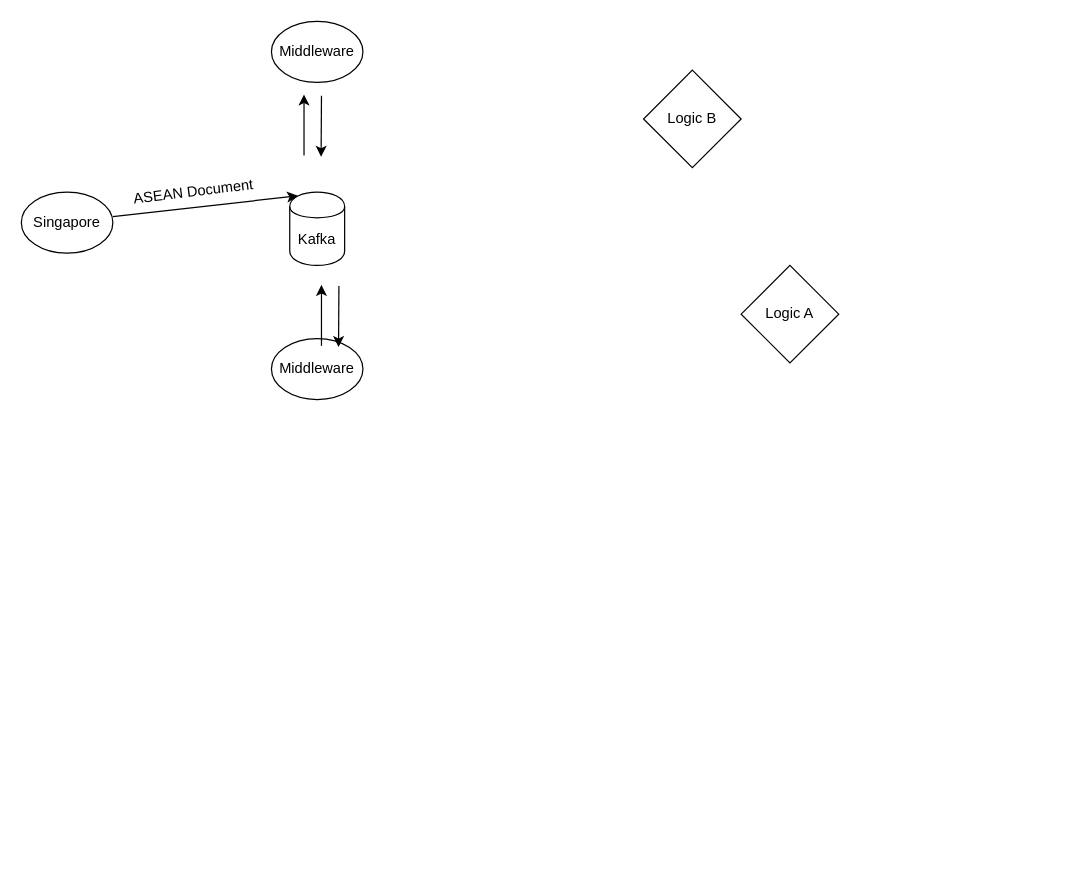
nedijahij/springboot-kafka-example keeps this draw.io diagram as Untitled Diagram.drawio. Above is the earlier version. Source tidied: cells renumbered, new cells numbered last; positions are measured from the earlier drawing's top-left corner, leaving out a move shared by most shapes. Both pictures are drawn from the tidied source at 122%, with x=0, y=0 at pixel (21, 21).
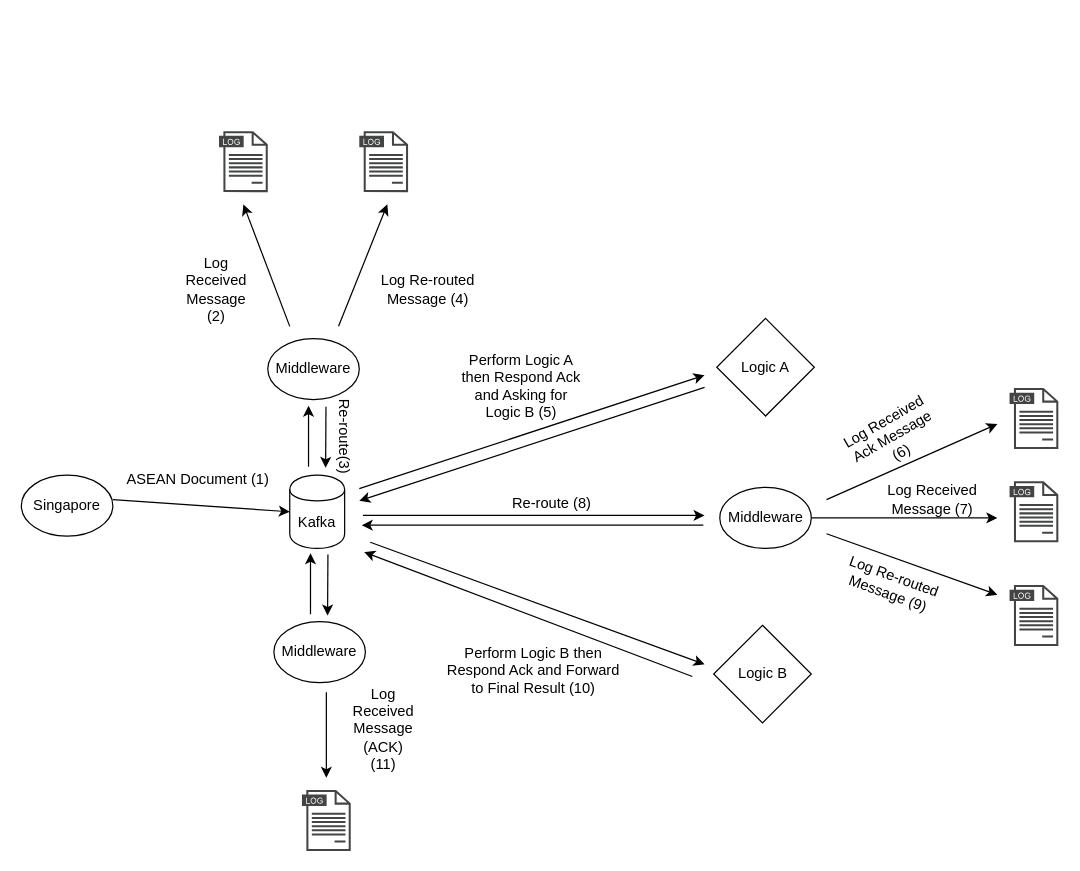
The same diagram, later.

What changed in the source:
```diff
@@
     <mxCell id="2" value="Singapore" style="ellipse;whiteSpace=wrap;html=1;" parent="1" vertex="1">
-      <mxGeometry y="140" width="75" height="50" as="geometry" />
+      <mxGeometry y="372" width="75" height="50" as="geometry" />
     </mxCell>
     <mxCell id="3" value="Kafka" style="shape=cylinder;whiteSpace=wrap;html=1;boundedLbl=1;backgroundOutline=1;" parent="1" vertex="1">
-      <mxGeometry x="220" y="140" width="45" height="60" as="geometry" />
+      <mxGeometry x="220" y="372" width="45" height="60" as="geometry" />
     </mxCell>
     <mxCell id="4" value="&lt;div&gt;Middleware&lt;/div&gt;" style="ellipse;whiteSpace=wrap;html=1;" parent="1" vertex="1">
-      <mxGeometry x="205" width="75" height="50" as="geometry" />
+      <mxGeometry x="202" y="260" width="75" height="50" as="geometry" />
     </mxCell>
     <mxCell id="5" style="group;" parent="1" vertex="1">
-      <mxGeometry x="75" y="160" as="geometry" />
+      <mxGeometry x="75" y="392" as="geometry" />
     </mxCell>
-    <mxCell id="6" style="endArrow=classic;html=1;entryX=0.15;entryY=0.05;entryDx=0;entryDy=0;entryPerimeter=0;" parent="5" edge="1" target="3">
+    <mxCell id="6" style="endArrow=classic;html=1;entryX=0;entryY=0.5;entryDx=0;entryDy=0;" parent="5" edge="1" target="3">
       <mxGeometry relative="1" as="geometry">
         <mxPoint as="sourcePoint" />
       </mxGeometry>
     </mxCell>
-    <mxCell id="7" value="&lt;div&gt;ASEAN Document&lt;/div&gt;" style="text;html=1;align=center;verticalAlign=middle;labelBackgroundColor=#ffffff;rotation=353;" parent="6" vertex="1">
-      <mxGeometry x="-0.76" y="2" relative="1" as="geometry">
-        <mxPoint x="47.3" y="-16" as="offset" />
-      </mxGeometry>
-    </mxCell>
-    <mxCell id="8" value="&lt;div&gt;Logic A&lt;/div&gt;" style="rhombus;whiteSpace=wrap;html=1;" parent="1" vertex="1">
-      <mxGeometry x="590" y="200" width="80" height="80" as="geometry" />
+    <mxCell id="8" value="&lt;div&gt;Logic B&lt;br&gt;&lt;/div&gt;" style="rhombus;whiteSpace=wrap;html=1;" parent="1" vertex="1">
+      <mxGeometry x="567.5" y="495" width="80" height="80" as="geometry" />
     </mxCell>
-    <mxCell id="9" value="&lt;div&gt;Logic B&lt;/div&gt;" style="rhombus;whiteSpace=wrap;html=1;" parent="1" vertex="1">
-      <mxGeometry x="510" y="40" width="80" height="80" as="geometry" />
+    <mxCell id="9" value="&lt;div&gt;Logic A&lt;br&gt;&lt;/div&gt;" style="rhombus;whiteSpace=wrap;html=1;" parent="1" vertex="1">
+      <mxGeometry x="570" y="243.5" width="80" height="80" as="geometry" />
     </mxCell>
     <mxCell id="10" value="&lt;div&gt;Middleware&lt;/div&gt;" style="ellipse;whiteSpace=wrap;html=1;" parent="1" vertex="1">
-      <mxGeometry x="205" y="260" width="75" height="50" as="geometry" />
+      <mxGeometry x="207" y="492" width="75" height="50" as="geometry" />
     </mxCell>
-    <mxCell id="11" style="group;" parent="1" vertex="1">
-      <mxGeometry x="231.7" y="60" width="14.3" height="51" as="geometry" />
-    </mxCell>
-    <mxCell id="12" style="endArrow=classic;html=1;" parent="11" edge="1">
-      <mxGeometry relative="1" as="geometry">
-        <mxPoint y="50" as="sourcePoint" />
-        <mxPoint as="targetPoint" />
-      </mxGeometry>
-    </mxCell>
-    <mxCell id="13" style="endArrow=classic;html=1;" parent="11" edge="1">
-      <mxGeometry relative="1" as="geometry">
-        <mxPoint x="14.3" y="1" as="sourcePoint" />
-        <mxPoint x="14" y="51" as="targetPoint" />
-      </mxGeometry>
-    </mxCell>
     <mxCell id="14" style="group;" parent="1" vertex="1">
-      <mxGeometry x="246" y="216" width="14.3" height="51" as="geometry" />
+      <mxGeometry x="237" y="436" width="14.3" height="51" as="geometry" />
     </mxCell>
@@
+    <mxCell id="17" style="group;" parent="1" vertex="1">
+      <mxGeometry x="235.4" y="315" width="14.3" height="51" as="geometry" />
+    </mxCell>
+    <mxCell id="18" style="group;" parent="17" vertex="1">
+      <mxGeometry width="14.3" height="51" as="geometry" />
+    </mxCell>
+    <mxCell id="19" style="endArrow=classic;html=1;" parent="18" edge="1">
+      <mxGeometry relative="1" as="geometry">
+        <mxPoint y="50" as="sourcePoint" />
+        <mxPoint as="targetPoint" />
+      </mxGeometry>
+    </mxCell>
+    <mxCell id="20" style="endArrow=classic;html=1;" parent="18" edge="1">
+      <mxGeometry relative="1" as="geometry">
+        <mxPoint x="14.3" y="1" as="sourcePoint" />
+        <mxPoint x="14" y="51" as="targetPoint" />
+      </mxGeometry>
+    </mxCell>
+    <mxCell id="21" value="&lt;div&gt;ASEAN Document (1)&lt;/div&gt;" style="text;html=1;strokeColor=none;fillColor=none;align=center;verticalAlign=middle;whiteSpace=wrap;rounded=0;" parent="1" vertex="1">
+      <mxGeometry x="80" y="366" width="130" height="20" as="geometry" />
+    </mxCell>
+    <mxCell id="22" value="Re-route(3)" style="text;html=1;strokeColor=none;fillColor=none;align=center;verticalAlign=middle;whiteSpace=wrap;rounded=0;rotation=90;" parent="1" vertex="1">
+      <mxGeometry x="230" y="330.5" width="70" height="20" as="geometry" />
+    </mxCell>
+    <mxCell id="23" style="shadow=0;dashed=0;html=1;strokeColor=none;fillColor=#434445;labelPosition=center;verticalLabelPosition=bottom;verticalAlign=top;align=center;shape=mxgraph.vvd.log_files;" parent="1" vertex="1">
+      <mxGeometry x="162" y="90" width="40" height="50" as="geometry" />
+    </mxCell>
+    <mxCell id="24" style="shadow=0;dashed=0;html=1;strokeColor=none;fillColor=#434445;labelPosition=center;verticalLabelPosition=bottom;verticalAlign=top;align=center;shape=mxgraph.vvd.log_files;" parent="1" vertex="1">
+      <mxGeometry x="277" y="90" width="40" height="50" as="geometry" />
+    </mxCell>
+    <mxCell id="25" style="endArrow=classic;html=1;" parent="1" edge="1">
+      <mxGeometry relative="1" as="geometry">
+        <mxPoint x="220" y="250" as="sourcePoint" />
+        <mxPoint x="182" y="150" as="targetPoint" />
+      </mxGeometry>
+    </mxCell>
+    <mxCell id="26" style="endArrow=classic;html=1;" parent="1" edge="1">
+      <mxGeometry relative="1" as="geometry">
+        <mxPoint x="260" y="250" as="sourcePoint" />
+        <mxPoint x="300" y="150" as="targetPoint" />
+      </mxGeometry>
+    </mxCell>
+    <mxCell id="27" style="endArrow=classic;html=1;" parent="1" edge="1">
+      <mxGeometry relative="1" as="geometry">
+        <mxPoint x="286" y="427" as="sourcePoint" />
+        <mxPoint x="560" y="527" as="targetPoint" />
+      </mxGeometry>
+    </mxCell>
+    <mxCell id="28" style="endArrow=classic;html=1;" parent="1" edge="1">
+      <mxGeometry relative="1" as="geometry">
+        <mxPoint x="550" y="537" as="sourcePoint" />
+        <mxPoint x="281" y="435" as="targetPoint" />
+      </mxGeometry>
+    </mxCell>
+    <mxCell id="29" style="endArrow=classic;html=1;" parent="1" edge="1">
+      <mxGeometry relative="1" as="geometry">
+        <mxPoint x="277" y="383" as="sourcePoint" />
+        <mxPoint x="560" y="290" as="targetPoint" />
+      </mxGeometry>
+    </mxCell>
+    <mxCell id="30" style="endArrow=classic;html=1;" parent="1" edge="1">
+      <mxGeometry relative="1" as="geometry">
+        <mxPoint x="560" y="300" as="sourcePoint" />
+        <mxPoint x="277" y="393" as="targetPoint" />
+      </mxGeometry>
+    </mxCell>
+    <mxCell id="31" style="edgeStyle=orthogonalEdgeStyle;rounded=0;jettySize=auto;html=1;" parent="1" edge="1" source="32">
+      <mxGeometry relative="1" as="geometry">
+        <mxPoint x="800" y="407" as="targetPoint" />
+      </mxGeometry>
+    </mxCell>
+    <mxCell id="32" value="&lt;div&gt;Middleware&lt;/div&gt;" style="ellipse;whiteSpace=wrap;html=1;" parent="1" vertex="1">
+      <mxGeometry x="572.5" y="382" width="75" height="50" as="geometry" />
+    </mxCell>
+    <mxCell id="33" value="Re-route (8)" style="text;html=1;strokeColor=none;fillColor=none;align=center;verticalAlign=middle;whiteSpace=wrap;rounded=0;rotation=0;" parent="1" vertex="1">
+      <mxGeometry x="400" y="385" width="70" height="20" as="geometry" />
+    </mxCell>
+    <mxCell id="34" style="group;" parent="1" vertex="1">
+      <mxGeometry x="279" y="405" width="281" height="8" as="geometry" />
+    </mxCell>
+    <mxCell id="35" style="endArrow=classic;html=1;" parent="34" edge="1">
+      <mxGeometry relative="1" as="geometry">
+        <mxPoint x="1" as="sourcePoint" />
+        <mxPoint x="281" as="targetPoint" />
+      </mxGeometry>
+    </mxCell>
+    <mxCell id="36" style="endArrow=classic;html=1;" parent="34" edge="1">
+      <mxGeometry relative="1" as="geometry">
+        <mxPoint x="280" y="8" as="sourcePoint" />
+        <mxPoint y="8" as="targetPoint" />
+      </mxGeometry>
+    </mxCell>
+    <mxCell id="37" style="shadow=0;dashed=0;html=1;strokeColor=none;fillColor=#434445;labelPosition=center;verticalLabelPosition=bottom;verticalAlign=top;align=center;shape=mxgraph.vvd.log_files;" parent="1" vertex="1">
+      <mxGeometry x="810" y="300.5" width="40" height="50" as="geometry" />
+    </mxCell>
+    <mxCell id="38" style="shadow=0;dashed=0;html=1;strokeColor=none;fillColor=#434445;labelPosition=center;verticalLabelPosition=bottom;verticalAlign=top;align=center;shape=mxgraph.vvd.log_files;" parent="1" vertex="1">
+      <mxGeometry x="810" y="462" width="40" height="50" as="geometry" />
+    </mxCell>
+    <mxCell id="39" style="endArrow=classic;html=1;" parent="1" edge="1">
+      <mxGeometry relative="1" as="geometry">
+        <mxPoint x="660" y="392" as="sourcePoint" />
+        <mxPoint x="800" y="330" as="targetPoint" />
+      </mxGeometry>
+    </mxCell>
+    <mxCell id="40" style="endArrow=classic;html=1;" parent="1" edge="1">
+      <mxGeometry relative="1" as="geometry">
+        <mxPoint x="660" y="420" as="sourcePoint" />
+        <mxPoint x="800" y="470" as="targetPoint" />
+      </mxGeometry>
+    </mxCell>
+    <mxCell id="41" value="&lt;div&gt;Log Received Message (2)&lt;br&gt;&lt;/div&gt;" style="text;html=1;strokeColor=none;fillColor=none;align=center;verticalAlign=middle;whiteSpace=wrap;rounded=0;" parent="1" vertex="1">
+      <mxGeometry x="140" y="210" width="40" height="20" as="geometry" />
+    </mxCell>
+    <mxCell id="42" value="Log Re-routed Message (4)" style="text;html=1;strokeColor=none;fillColor=none;align=center;verticalAlign=middle;whiteSpace=wrap;rounded=0;" parent="1" vertex="1">
+      <mxGeometry x="282" y="210" width="103" height="20" as="geometry" />
+    </mxCell>
+    <mxCell id="43" value="Perform Logic A then Respond Ack and Asking for Logic B (5)" style="text;html=1;strokeColor=none;fillColor=none;align=center;verticalAlign=middle;whiteSpace=wrap;rounded=0;" parent="1" vertex="1">
+      <mxGeometry x="360" y="276.5" width="100" height="45" as="geometry" />
+    </mxCell>
+    <mxCell id="44" value="&lt;div&gt;Log Received Ack Message (6)&lt;br&gt;&lt;/div&gt;" style="text;html=1;strokeColor=none;fillColor=none;align=center;verticalAlign=middle;whiteSpace=wrap;rounded=0;rotation=-30;" parent="1" vertex="1">
+      <mxGeometry x="668.5" y="330.5" width="90" height="20" as="geometry" />
+    </mxCell>
+    <mxCell id="45" value="&lt;div&gt;Log Received Message (7)&lt;br&gt;&lt;/div&gt;" style="text;html=1;strokeColor=none;fillColor=none;align=center;verticalAlign=middle;whiteSpace=wrap;rounded=0;" parent="1" vertex="1">
+      <mxGeometry x="707" y="382" width="80" height="20" as="geometry" />
+    </mxCell>
+    <mxCell id="46" value="Log Re-routed Message (9)" style="text;html=1;strokeColor=none;fillColor=none;align=center;verticalAlign=middle;whiteSpace=wrap;rounded=0;rotation=20;" parent="1" vertex="1">
+      <mxGeometry x="662" y="451.5" width="103" height="20" as="geometry" />
+    </mxCell>
+    <mxCell id="47" value="Perform Logic B then Respond Ack and Forward to Final Result (10)" style="text;html=1;strokeColor=none;fillColor=none;align=center;verticalAlign=middle;whiteSpace=wrap;rounded=0;" parent="1" vertex="1">
+      <mxGeometry x="344.8" y="522" width="149.5" height="20" as="geometry" />
+    </mxCell>
+    <mxCell id="48" style="shadow=0;dashed=0;html=1;strokeColor=none;fillColor=#434445;labelPosition=center;verticalLabelPosition=bottom;verticalAlign=top;align=center;shape=mxgraph.vvd.log_files;" parent="1" vertex="1">
+      <mxGeometry x="230" y="630" width="40" height="50" as="geometry" />
+    </mxCell>
+    <mxCell id="49" value="&lt;div&gt;Log Received Message (ACK) (11)&lt;br&gt;&lt;/div&gt;" style="text;html=1;strokeColor=none;fillColor=none;align=center;verticalAlign=middle;whiteSpace=wrap;rounded=0;" parent="1" vertex="1">
+      <mxGeometry x="277" y="570" width="40" height="20" as="geometry" />
+    </mxCell>
+    <mxCell id="50" style="endArrow=classic;html=1;" parent="1" edge="1">
+      <mxGeometry relative="1" as="geometry">
+        <mxPoint x="250" y="550" as="sourcePoint" />
+        <mxPoint x="250" y="620" as="targetPoint" />
+      </mxGeometry>
+    </mxCell>
+    <mxCell id="51" style="shadow=0;dashed=0;html=1;strokeColor=none;fillColor=#434445;labelPosition=center;verticalLabelPosition=bottom;verticalAlign=top;align=center;shape=mxgraph.vvd.log_files;" parent="1" vertex="1">
+      <mxGeometry x="810" y="377" width="40" height="50" as="geometry" />
+    </mxCell>
```
